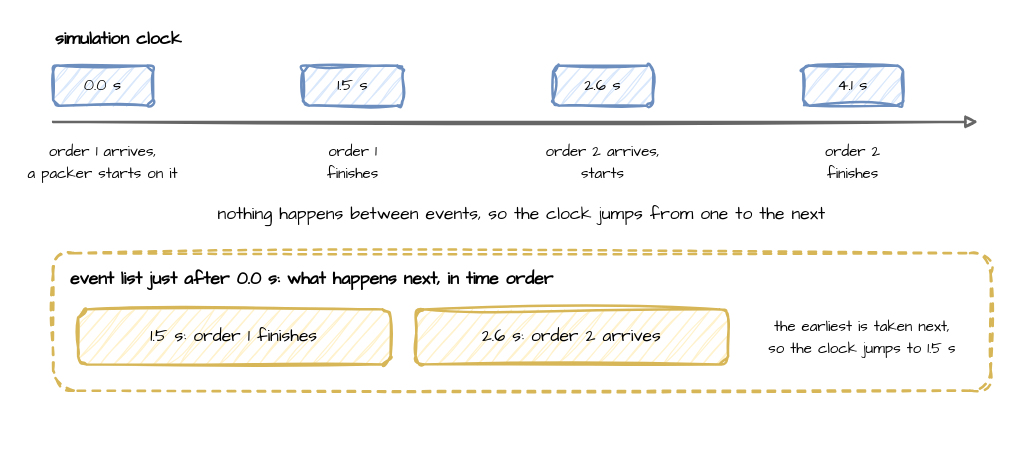
jaehyeon-kim/desflow keeps this draw.io diagram as docs/assets/diagrams/event-clock.drawio. Above is the earlier version. Source tidied: cells renumbered, new cells numbered last; positions are measured from the earlier drawing's top-left corner, leaving out a move shared by most shapes. Both pictures are drawn from the tidied source at 125%, with x=0, y=0 at pixel (21, 21).
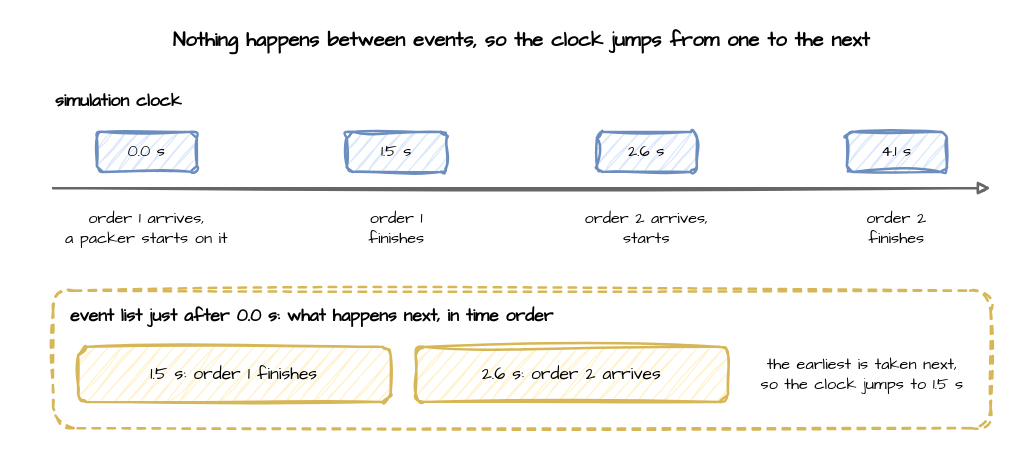
The same diagram, later.

What changed in the source:
```diff
@@
 <mxGraphModel>
   <root>
     <mxCell id="0" />
     <mxCell id="1" parent="0" />
+    <mxCell id="17" value="Nothing happens between events, so the clock jumps from one to the next" style="text;html=1;align=center;verticalAlign=middle;whiteSpace=wrap;fontFamily=Comic Sans MS;fontSize=16;fontStyle=1;" parent="1" vertex="1">
+      <mxGeometry x="25" width="750" height="30" as="geometry" />
+    </mxCell>
     <mxCell id="2" value="event list just after 0.0 s: what happens next, in time order" style="rounded=1;whiteSpace=wrap;html=1;sketch=1;curveFitting=1;jiggle=2;fontFamily=Comic Sans MS;fontSize=14;fillColor=none;strokeColor=#d6b656;strokeWidth=2;dashed=1;verticalAlign=top;align=left;spacingLeft=12;spacingTop=6;fontStyle=1;" parent="1" vertex="1">
-      <mxGeometry x="25" y="185" width="750" height="110" as="geometry" />
+      <mxGeometry x="25" y="215" width="750" height="110" as="geometry" />
     </mxCell>
-    <mxCell id="3" value="simulation clock" style="text;html=1;align=center;verticalAlign=middle;whiteSpace=wrap;html=1;sketch=1;curveFitting=1;jiggle=2;fontFamily=Comic Sans MS;fontSize=14;align=left;fontStyle=1;" parent="1" vertex="1">
-      <mxGeometry x="25" width="160" height="28" as="geometry" />
+    <mxCell id="3" value="simulation clock" style="text;html=1;align=center;verticalAlign=middle;whiteSpace=wrap;fontFamily=Comic Sans MS;fontSize=13;fontSize=14;fontStyle=1;align=left;" parent="1" vertex="1">
+      <mxGeometry x="25" y="50" width="160" height="28" as="geometry" />
     </mxCell>
     <mxCell id="4" value="0.0 s" style="rounded=1;whiteSpace=wrap;html=1;sketch=1;curveFitting=1;jiggle=2;fontFamily=Comic Sans MS;fontSize=14;fillColor=#dae8fc;strokeColor=#6c8ebf;strokeWidth=2;fontSize=13;" parent="1" vertex="1">
-      <mxGeometry x="25" y="35" width="80" height="32" as="geometry" />
+      <mxGeometry x="60" y="88" width="80" height="32" as="geometry" />
     </mxCell>
-    <mxCell id="5" value="&lt;font style='font-size:12px'&gt;order 1 arrives,&lt;br&gt;a packer starts on it&lt;/font&gt;" style="text;html=1;align=center;verticalAlign=middle;whiteSpace=wrap;html=1;sketch=1;curveFitting=1;jiggle=2;fontFamily=Comic Sans MS;fontSize=14;" parent="1" vertex="1">
-      <mxGeometry y="92" width="130" height="40" as="geometry" />
+    <mxCell id="5" value="order 1 arrives,&lt;br&gt;a packer starts on it" style="text;html=1;align=center;verticalAlign=middle;whiteSpace=wrap;fontFamily=Comic Sans MS;fontSize=13;" parent="1" vertex="1">
+      <mxGeometry x="30" y="145" width="140" height="40" as="geometry" />
     </mxCell>
     <mxCell id="6" value="1.5 s" style="rounded=1;whiteSpace=wrap;html=1;sketch=1;curveFitting=1;jiggle=2;fontFamily=Comic Sans MS;fontSize=14;fillColor=#dae8fc;strokeColor=#6c8ebf;strokeWidth=2;fontSize=13;" parent="1" vertex="1">
-      <mxGeometry x="225" y="35" width="80" height="32" as="geometry" />
+      <mxGeometry x="260" y="88" width="80" height="32" as="geometry" />
     </mxCell>
-    <mxCell id="7" value="&lt;font style='font-size:12px'&gt;order 1&lt;br&gt;finishes&lt;/font&gt;" style="text;html=1;align=center;verticalAlign=middle;whiteSpace=wrap;html=1;sketch=1;curveFitting=1;jiggle=2;fontFamily=Comic Sans MS;fontSize=14;" parent="1" vertex="1">
-      <mxGeometry x="200" y="92" width="130" height="40" as="geometry" />
+    <mxCell id="7" value="order 1&lt;br&gt;finishes" style="text;html=1;align=center;verticalAlign=middle;whiteSpace=wrap;fontFamily=Comic Sans MS;fontSize=13;" parent="1" vertex="1">
+      <mxGeometry x="230" y="145" width="140" height="40" as="geometry" />
     </mxCell>
     <mxCell id="8" value="2.6 s" style="rounded=1;whiteSpace=wrap;html=1;sketch=1;curveFitting=1;jiggle=2;fontFamily=Comic Sans MS;fontSize=14;fillColor=#dae8fc;strokeColor=#6c8ebf;strokeWidth=2;fontSize=13;" parent="1" vertex="1">
-      <mxGeometry x="425" y="35" width="80" height="32" as="geometry" />
+      <mxGeometry x="460" y="88" width="80" height="32" as="geometry" />
     </mxCell>
-    <mxCell id="9" value="&lt;font style='font-size:12px'&gt;order 2 arrives,&lt;br&gt;starts&lt;/font&gt;" style="text;html=1;align=center;verticalAlign=middle;whiteSpace=wrap;html=1;sketch=1;curveFitting=1;jiggle=2;fontFamily=Comic Sans MS;fontSize=14;" parent="1" vertex="1">
-      <mxGeometry x="400" y="92" width="130" height="40" as="geometry" />
+    <mxCell id="9" value="order 2 arrives,&lt;br&gt;starts" style="text;html=1;align=center;verticalAlign=middle;whiteSpace=wrap;fontFamily=Comic Sans MS;fontSize=13;" parent="1" vertex="1">
+      <mxGeometry x="430" y="145" width="140" height="40" as="geometry" />
     </mxCell>
     <mxCell id="10" value="4.1 s" style="rounded=1;whiteSpace=wrap;html=1;sketch=1;curveFitting=1;jiggle=2;fontFamily=Comic Sans MS;fontSize=14;fillColor=#dae8fc;strokeColor=#6c8ebf;strokeWidth=2;fontSize=13;" parent="1" vertex="1">
-      <mxGeometry x="625" y="35" width="80" height="32" as="geometry" />
+      <mxGeometry x="660" y="88" width="80" height="32" as="geometry" />
     </mxCell>
-    <mxCell id="11" value="&lt;font style='font-size:12px'&gt;order 2&lt;br&gt;finishes&lt;/font&gt;" style="text;html=1;align=center;verticalAlign=middle;whiteSpace=wrap;html=1;sketch=1;curveFitting=1;jiggle=2;fontFamily=Comic Sans MS;fontSize=14;" parent="1" vertex="1">
-      <mxGeometry x="600" y="92" width="130" height="40" as="geometry" />
+    <mxCell id="11" value="order 2&lt;br&gt;finishes" style="text;html=1;align=center;verticalAlign=middle;whiteSpace=wrap;fontFamily=Comic Sans MS;fontSize=13;" parent="1" vertex="1">
+      <mxGeometry x="630" y="145" width="140" height="40" as="geometry" />
     </mxCell>
     <mxCell id="12" style="sketch=1;html=1;strokeWidth=2;endArrow=block;strokeColor=#666666;" parent="1" edge="1">
       <mxGeometry relative="1" as="geometry">
-        <mxPoint x="25" y="80" as="sourcePoint" />
-        <mxPoint x="765" y="80" as="targetPoint" />
+        <mxPoint x="25" y="133" as="sourcePoint" />
+        <mxPoint x="775" y="133" as="targetPoint" />
       </mxGeometry>
     </mxCell>
-    <mxCell id="13" value="nothing happens between events, so the clock jumps from one to the next" style="text;html=1;align=center;verticalAlign=middle;whiteSpace=wrap;html=1;sketch=1;curveFitting=1;jiggle=2;fontFamily=Comic Sans MS;fontSize=14;" parent="1" vertex="1">
-      <mxGeometry x="25" y="140" width="750" height="28" as="geometry" />
-    </mxCell>
     <mxCell id="14" value="1.5 s: order 1 finishes" style="rounded=1;whiteSpace=wrap;html=1;sketch=1;curveFitting=1;jiggle=2;fontFamily=Comic Sans MS;fontSize=14;fillColor=#fff2cc;strokeColor=#d6b656;strokeWidth=2;" parent="1" vertex="1">
-      <mxGeometry x="45" y="230" width="250" height="44" as="geometry" />
+      <mxGeometry x="45" y="260" width="250" height="44" as="geometry" />
     </mxCell>
     <mxCell id="15" value="2.6 s: order 2 arrives" style="rounded=1;whiteSpace=wrap;html=1;sketch=1;curveFitting=1;jiggle=2;fontFamily=Comic Sans MS;fontSize=14;fillColor=#fff2cc;strokeColor=#d6b656;strokeWidth=2;" parent="1" vertex="1">
-      <mxGeometry x="315" y="230" width="250" height="44" as="geometry" />
+      <mxGeometry x="315" y="260" width="250" height="44" as="geometry" />
     </mxCell>
-    <mxCell id="16" value="&lt;font style='font-size:12px'&gt;the earliest is taken next,&lt;br&gt;so the clock jumps to 1.5 s&lt;/font&gt;" style="text;html=1;align=center;verticalAlign=middle;whiteSpace=wrap;html=1;sketch=1;curveFitting=1;jiggle=2;fontFamily=Comic Sans MS;fontSize=14;" parent="1" vertex="1">
-      <mxGeometry x="580" y="230" width="185" height="44" as="geometry" />
+    <mxCell id="16" value="the earliest is taken next,&lt;br&gt;so the clock jumps to 1.5 s" style="text;html=1;align=center;verticalAlign=middle;whiteSpace=wrap;fontFamily=Comic Sans MS;fontSize=13;" parent="1" vertex="1">
+      <mxGeometry x="580" y="260" width="185" height="44" as="geometry" />
     </mxCell>
   </root>
 </mxGraphModel>
```
